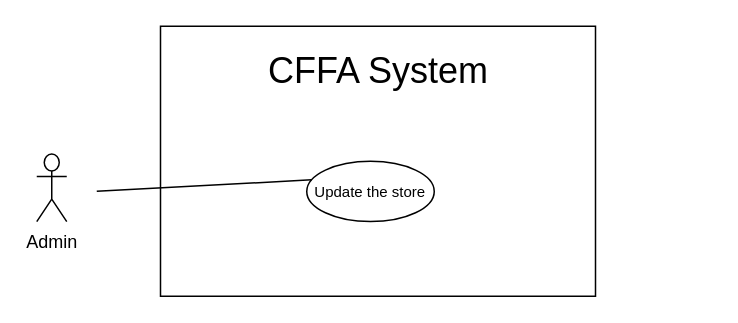
luannmdev/CapstoneDocument keeps this draw.io diagram as page "UpdateStore" (5 of 14) of Users/HuuDN/UsecaseDiagram/Admin/Overview.drawio. Above is the earlier version. Source tidied: cells renumbered, new cells numbered last; positions are measured from the earlier drawing's top-left corner, leaving out a move shared by most shapes. Both pictures are drawn from the tidied source at 150%, with x=0, y=0 at pixel (36, 26).
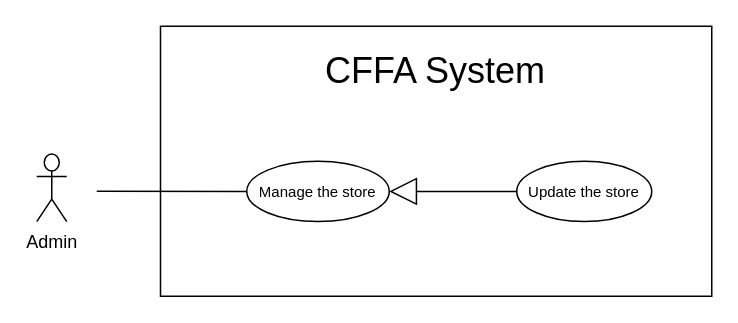
The same diagram, later.

The edit, as a diff of the source:
```diff
@@
 <mxGraphModel>
   <root>
-    <mxCell id="0" />
-    <mxCell id="1" parent="0" />
-    <mxCell id="2" style="rounded=0;whiteSpace=wrap;html=1;" parent="1" vertex="1">
-      <mxGeometry x="82.5" width="290" height="180" as="geometry" />
-    </mxCell>
+    <mxCell id="7" />
+    <mxCell id="8" parent="7" />
+    <mxCell id="9" style="rounded=0;whiteSpace=wrap;html=1;" parent="8" vertex="1">
+      <mxGeometry x="82.5" width="367.5" height="180" as="geometry" />
+    </mxCell>
-    <mxCell id="3" value="&lt;span style=&quot;font-size: 24px&quot;&gt;CFFA System&lt;/span&gt;" style="text;html=1;strokeColor=none;fillColor=none;align=center;verticalAlign=middle;whiteSpace=wrap;rounded=0;" parent="1" vertex="1">
-      <mxGeometry x="62.5" y="20" width="330" height="20" as="geometry" />
+    <mxCell id="3" value="&lt;span style=&quot;font-size: 24px&quot;&gt;CFFA System&lt;/span&gt;" style="text;html=1;strokeColor=none;fillColor=none;align=center;verticalAlign=middle;whiteSpace=wrap;rounded=0;" parent="8" vertex="1">
+      <mxGeometry x="101.2" y="20" width="330" height="20" as="geometry" />
     </mxCell>
-    <mxCell id="4" value="Admin" style="shape=umlActor;verticalLabelPosition=bottom;verticalAlign=top;html=1;" parent="1" vertex="1">
+    <mxCell id="4" value="Admin" style="shape=umlActor;verticalLabelPosition=bottom;verticalAlign=top;html=1;" parent="8" vertex="1">
       <mxGeometry y="85.2" width="20" height="45" as="geometry" />
     </mxCell>
+    <mxCell id="10" value="&lt;font size=&quot;1&quot;&gt;Manage the store&lt;/font&gt;" style="ellipse;whiteSpace=wrap;html=1;fillColor=#ffffff;gradientColor=none;" parent="8" vertex="1">
+      <mxGeometry x="140" y="90" width="95" height="40.2" as="geometry" />
+    </mxCell>
+    <mxCell id="11" style="endArrow=none;html=1;rounded=0;" parent="8" edge="1" source="10">
+      <mxGeometry relative="1" as="geometry">
+        <mxPoint x="40" y="110" as="targetPoint" />
+      </mxGeometry>
+    </mxCell>
-    <mxCell id="5" value="&lt;font style=&quot;font-size: 10px&quot;&gt;Update the store&lt;br&gt;&lt;/font&gt;" style="ellipse;whiteSpace=wrap;html=1;fillColor=#ffffff;gradientColor=none;" parent="1" vertex="1">
-      <mxGeometry x="180" y="90" width="85" height="40.2" as="geometry" />
+    <mxCell id="5" value="&lt;font style=&quot;font-size: 10px&quot;&gt;Update the store&lt;br&gt;&lt;/font&gt;" style="ellipse;whiteSpace=wrap;html=1;fillColor=#ffffff;gradientColor=none;" parent="8" vertex="1">
+      <mxGeometry x="320" y="90" width="90" height="40.2" as="geometry" />
     </mxCell>
-    <mxCell id="6" style="endArrow=none;html=1;rounded=0;exitX=0.039;exitY=0.308;exitDx=0;exitDy=0;exitPerimeter=0;" parent="1" edge="1" source="5">
-      <mxGeometry relative="1" as="geometry">
-        <mxPoint x="40" y="110" as="targetPoint" />
-      </mxGeometry>
-    </mxCell>
+    <mxCell id="12" style="endArrow=block;endSize=16;endFill=0;html=1;entryX=1;entryY=0.5;entryDx=0;entryDy=0;exitX=0;exitY=0.5;exitDx=0;exitDy=0;" parent="8" edge="1" source="5" target="10">
+      <mxGeometry relative="1" as="geometry" />
+    </mxCell>
   </root>
 </mxGraphModel>
```
